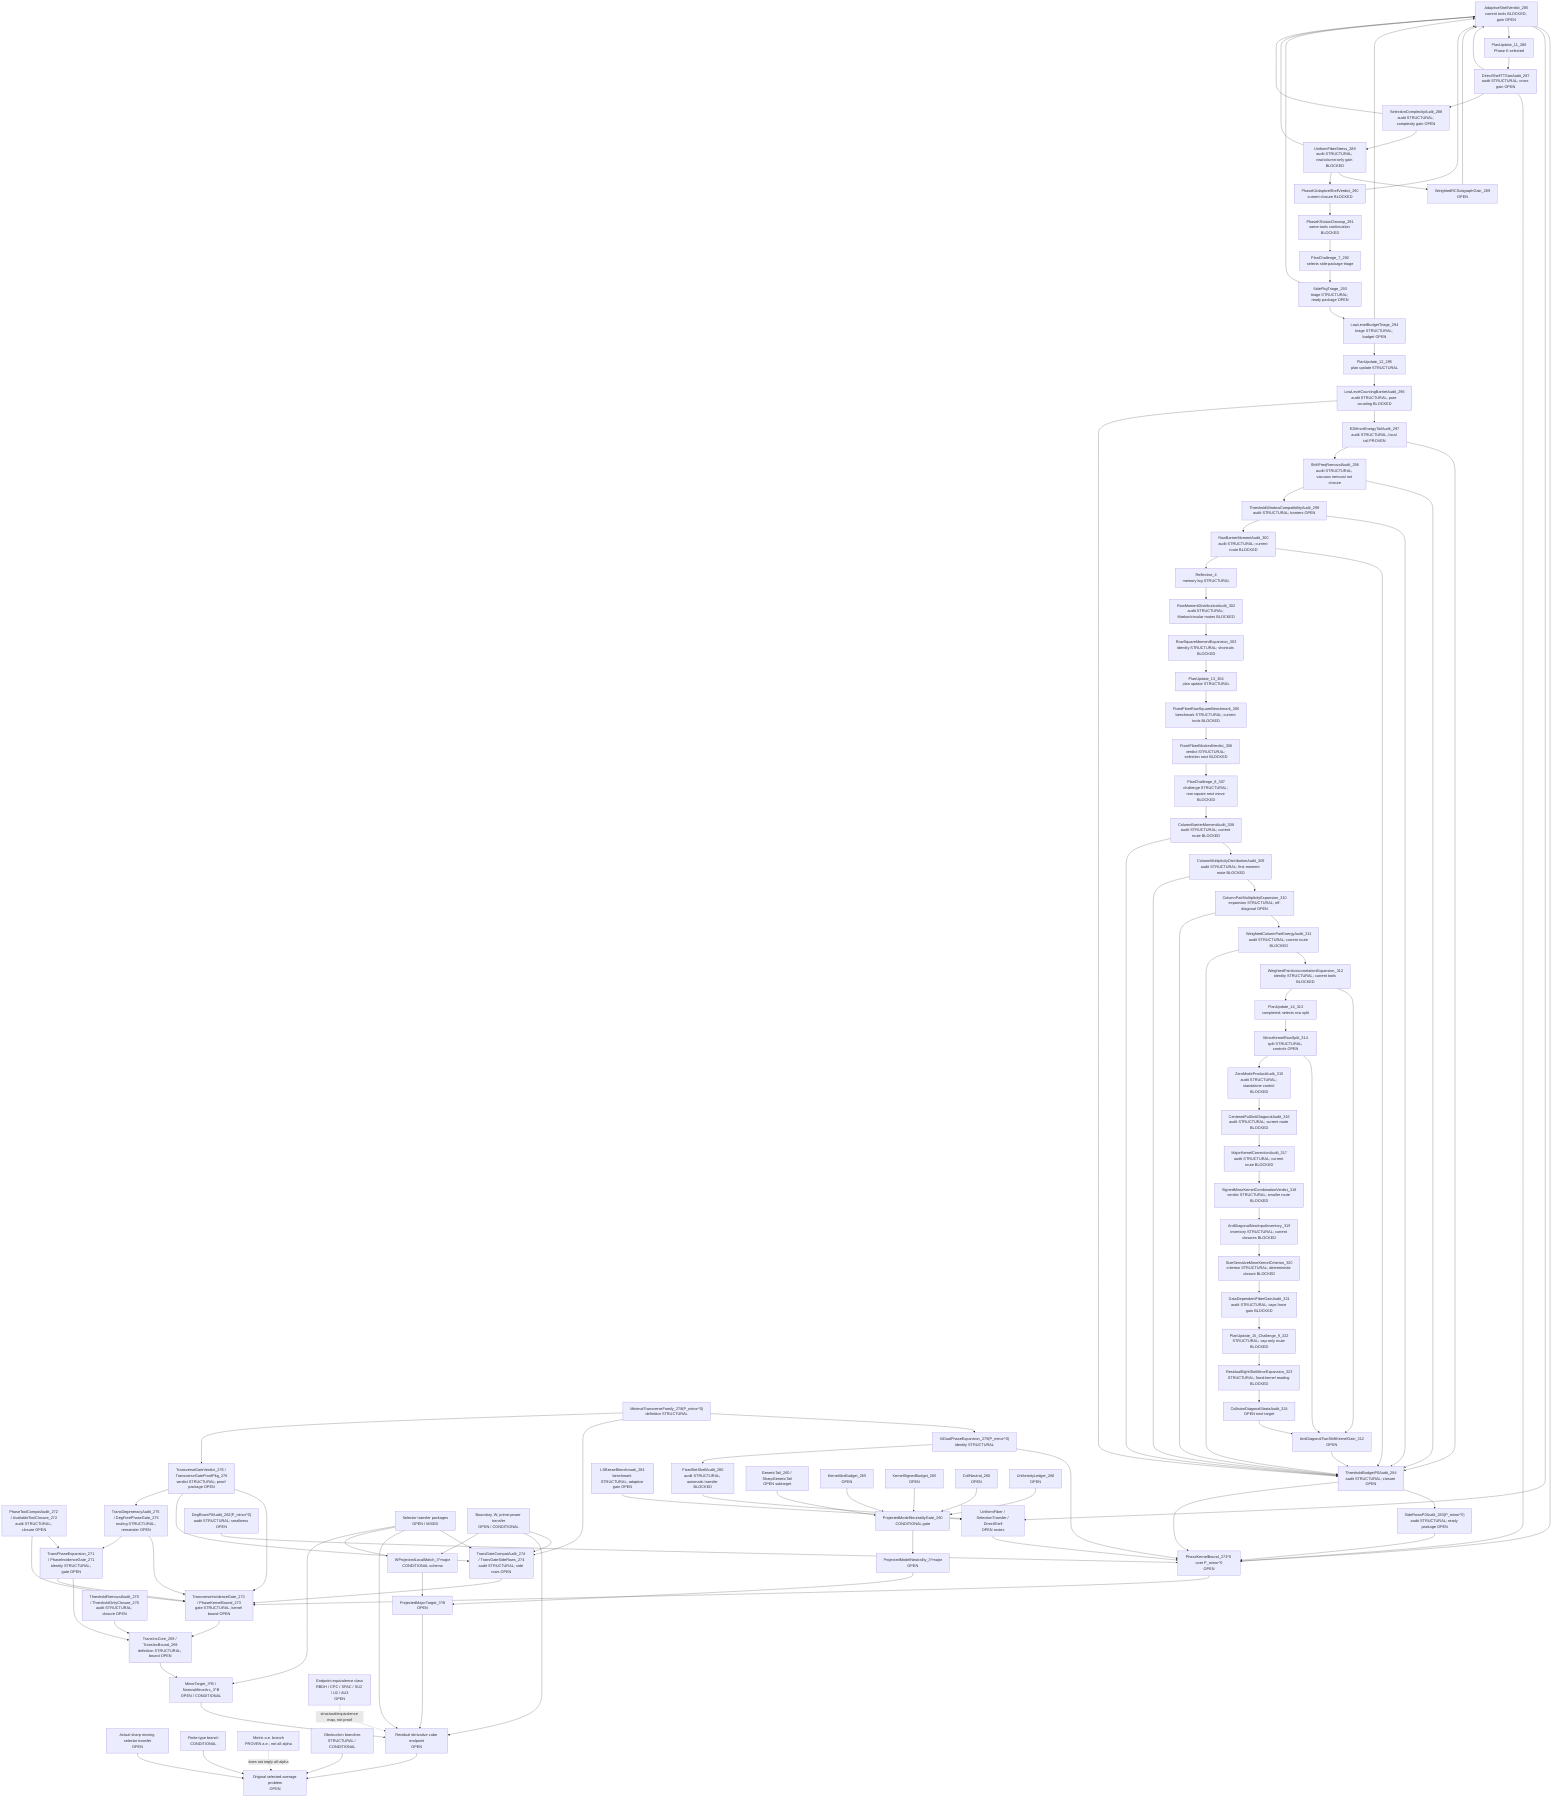
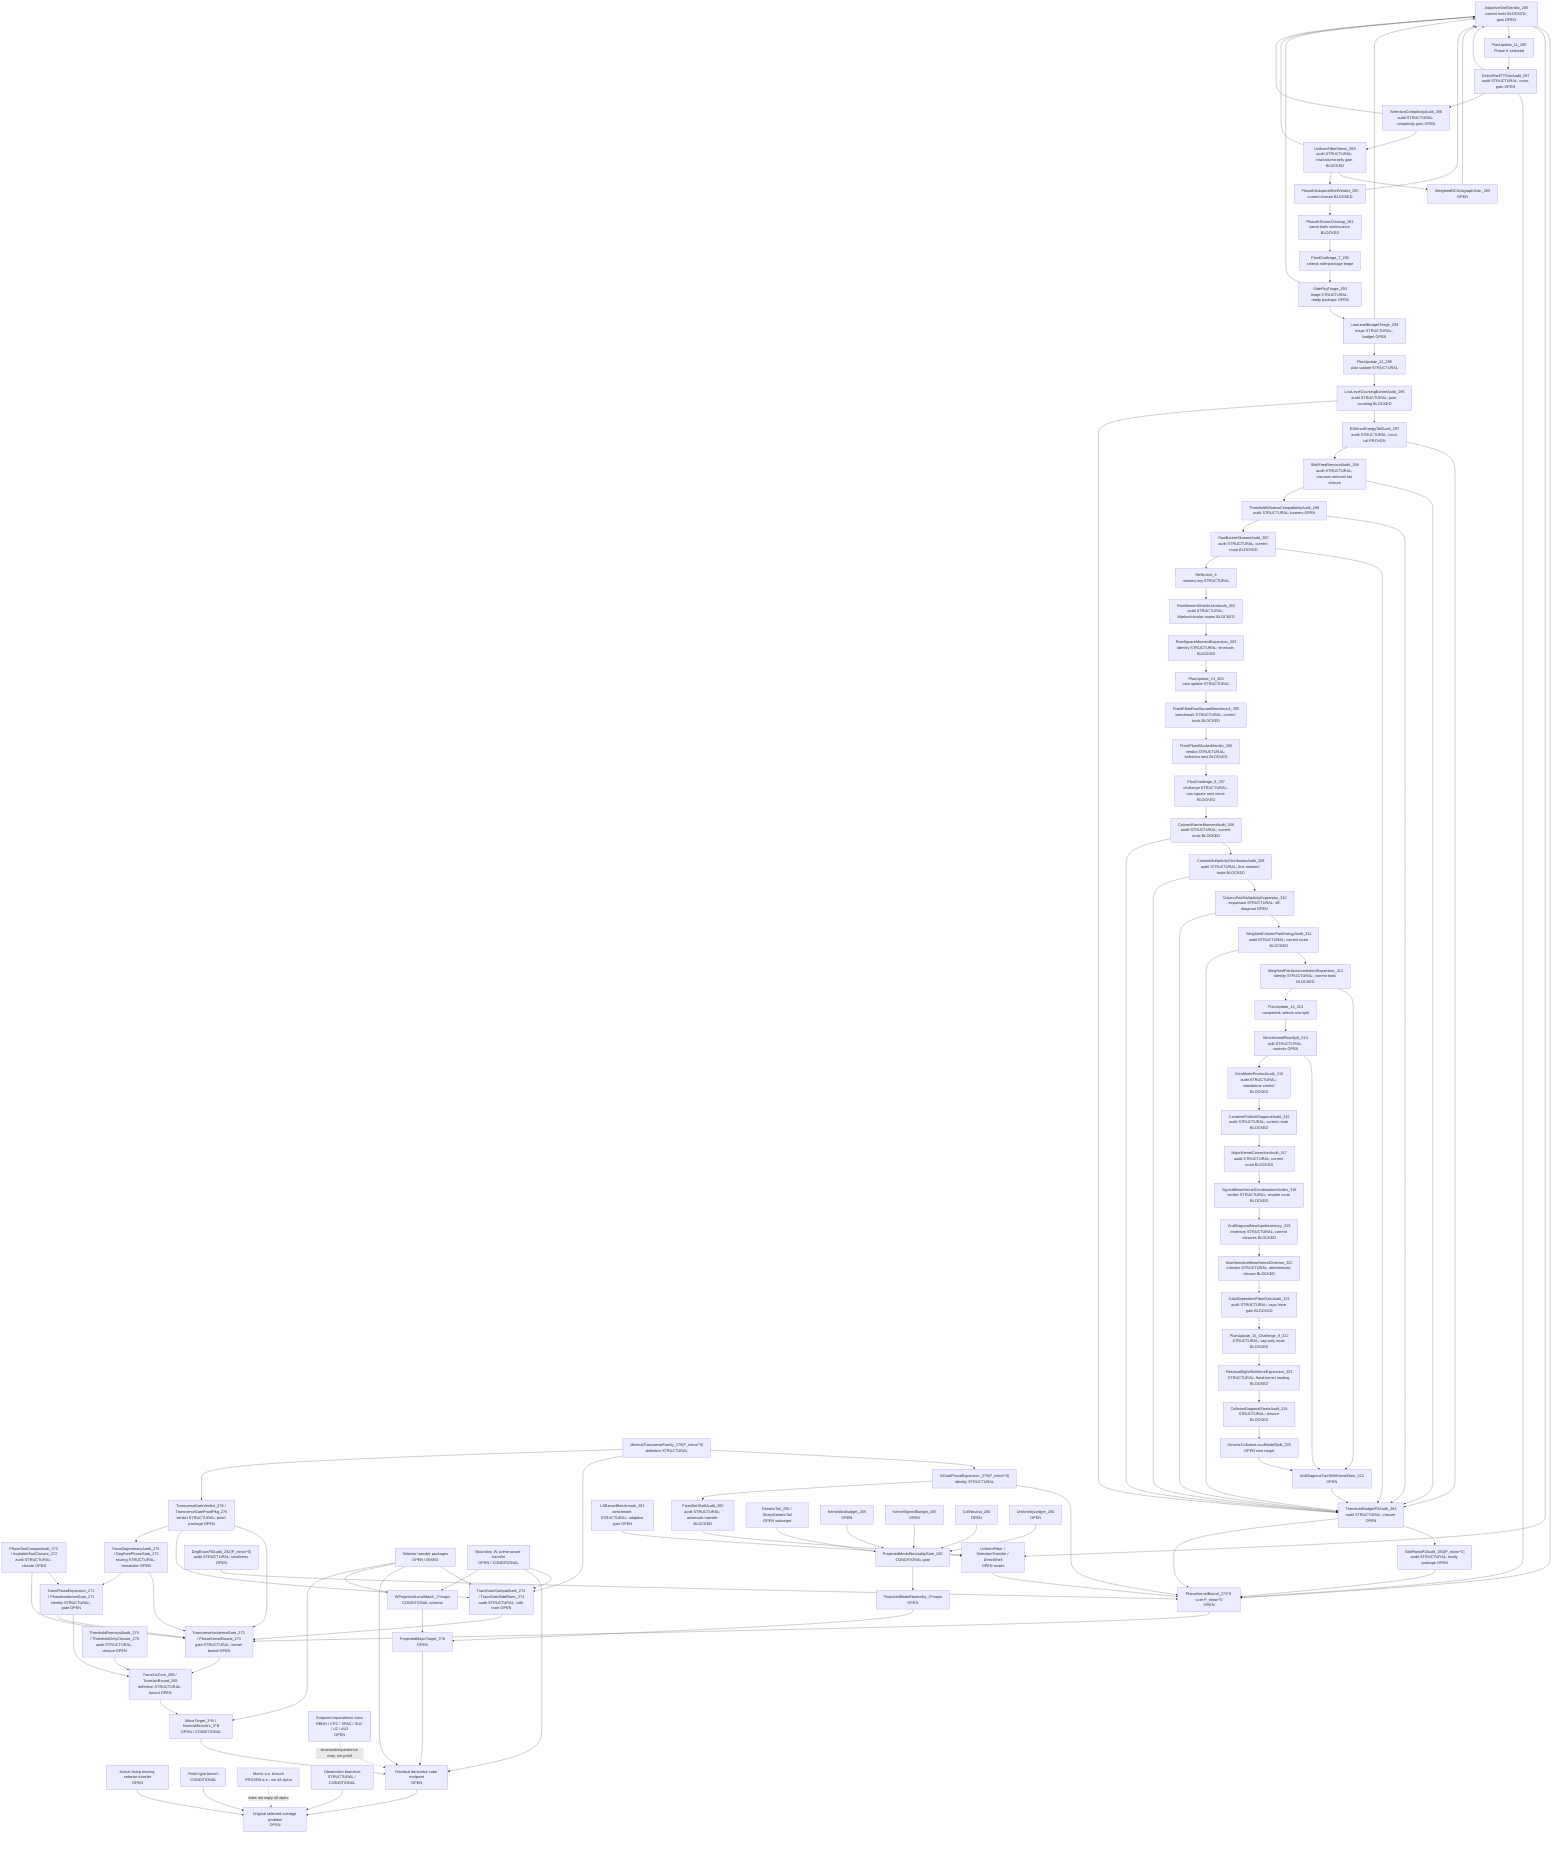
flowchart TD
  Original["Original selected-average problem<br/>OPEN"]
  SharpSel["Actual sharp moving selector transfer<br/>OPEN"]
  FiniteType["Finite-type branch<br/>CONDITIONAL"]
  Metric["Metric a.e. branch<br/>PROVEN a.e.; not all-alpha"]
  Obstruction["Obstruction branches<br/>STRUCTURAL / CONDITIONAL"]

  ResCube["Residual derivative cube endpoint<br/>OPEN"]
  MajorTarget["ProjectedMajorTarget_3^B<br/>OPEN"]
  MinorTarget["MinorTarget_3^B / NarrowMinorArc_3^B<br/>OPEN / CONDITIONAL"]
  TransInc["TransIncCore_269 / TransIncBound_269<br/>definition STRUCTURAL; bound OPEN"]
  ThresholdAudit["ThresholdRemovalAudit_270 / ThresholdOnlyClosure_270<br/>audit STRUCTURAL; closure OPEN"]
  PhaseExpansion["TransPhaseExpansion_271 / PhaseIncidenceGate_271<br/>identity STRUCTURAL; gate OPEN"]
  ToolCompat["PhaseToolCompatAudit_272 / AvailableToolClosure_272<br/>audit STRUCTURAL; closure OPEN"]
  TransGate["TransverseIncidenceGate_273 / PhaseKernelBound_273<br/>gate STRUCTURAL; kernel bound OPEN"]
  TransGateCompat["TransGateCompatAudit_274 / TransGateSideRows_274<br/>audit STRUCTURAL; side rows OPEN"]
  DegAudit["TransDegeneracyAudit_275 / DegFreePhaseGate_275<br/>routing STRUCTURAL; remainder OPEN"]
  TransVerdict["TransverseGateVerdict_276 / TransverseGateProofPkg_276<br/>verdict STRUCTURAL; proof package OPEN"]
  MinTransFamily["MinimalTransverseFamily_278(P_minor^0)<br/>definition STRUCTURAL"]
  XiExpansion["XiDualPhaseExpansion_279(P_minor^0)<br/>identity STRUCTURAL"]
  FixedShellAudit["FixedSetShellAudit_280<br/>audit STRUCTURAL; automatic transfer BLOCKED"]
  FixedShellTransfer["UniformFiber / SelectionTransfer / DirectShell<br/>OPEN routes"]
  LSBesselBench["LSBesselBenchmark_281<br/>benchmark STRUCTURAL; adaptive gain OPEN"]
  DegRowsP0["DegRowsP0Audit_282(P_minor^0)<br/>audit STRUCTURAL; smallness OPEN"]
  SideRowsP0["SideRowsP0Audit_283(P_minor^0)<br/>audit STRUCTURAL; ready package OPEN"]
  ThresholdP0["ThresholdBudgetP0Audit_284<br/>audit STRUCTURAL; closure OPEN"]
  AdaptiveShellP0["AdaptiveShellVerdict_285<br/>current tools BLOCKED; gain OPEN"]
  PlanUpdate11["PlanUpdate_11_286<br/>Phase K selected"]
  DirectTTStar["DirectShellTTStarAudit_287<br/>audit STRUCTURAL; cross gain OPEN"]
  SelectionComplexity["SelectionComplexityAudit_288<br/>audit STRUCTURAL; complexity gain OPEN"]
  UniformFiberStress["UniformFiberStress_289<br/>audit STRUCTURAL; row/column-only gain BLOCKED"]
  WeightedRCSubgraph["WeightedRCSubgraphGain_289<br/>OPEN"]
  AdaptiveVerdict290["PhaseKAdaptiveShellVerdict_290<br/>current closure BLOCKED"]
  PhaseKCleanup291["PhaseKStatusCleanup_291<br/>same-tools continuation BLOCKED"]
  PlanChallenge7["PlanChallenge_7_292<br/>selects side-package triage"]
  SidePkgTriage293["SidePkgTriage_293<br/>triage STRUCTURAL; ready package OPEN"]
  LowLevelTriage294["LowLevelBudgetTriage_294<br/>triage STRUCTURAL; budget OPEN"]
  PlanUpdate12["PlanUpdate_12_295<br/>plan update STRUCTURAL"]
  LowLevelBarrier296["LowLevelCountingBarrierAudit_296<br/>audit STRUCTURAL; pure counting BLOCKED"]
  E2Tail297["E2MinorEnergyTailAudit_297<br/>audit STRUCTURAL; local tail PROVEN"]
  ShiftFreq298["ShiftFreqRemovalAudit_298<br/>audit STRUCTURAL; vacuous removal not closure"]
  ThresholdWindow299["ThresholdWindowCompatibilityAudit_299<br/>audit STRUCTURAL; barriers OPEN"]
  RowBarrier300["RowBarrierMomentAudit_300<br/>audit STRUCTURAL; current route BLOCKED"]
  Reflective4["Reflective_4<br/>memory log STRUCTURAL"]
  RowMoment302["RowMomentDistributionAudit_302<br/>audit STRUCTURAL; Markov/circular routes BLOCKED"]
  RowSquare303["RowSquareMomentExpansion_303<br/>identity STRUCTURAL; shortcuts BLOCKED"]
  PlanUpdate13["PlanUpdate_13_304<br/>plan update STRUCTURAL"]
  FixedFiber305["FixedFiberRowSquareBenchmark_305<br/>benchmark STRUCTURAL; current tools BLOCKED"]
  FixedFiber306["FixedFiberBlockedVerdict_306<br/>verdict STRUCTURAL; selection next BLOCKED"]
  PlanChallenge8["PlanChallenge_8_307<br/>challenge STRUCTURAL; row-square next move BLOCKED"]
  ColumnBarrier308["ColumnBarrierMomentAudit_308<br/>audit STRUCTURAL; current route BLOCKED"]
  ColumnDist309["ColumnMultiplicityDistributionAudit_309<br/>audit STRUCTURAL; first-moment route BLOCKED"]
  ColumnPair310["ColumnPairMultiplicityExpansion_310<br/>expansion STRUCTURAL; off-diagonal OPEN"]
  WPair311["WeightedColumnPairEnergyAudit_311<br/>audit STRUCTURAL; current route BLOCKED"]
  AutoCorr312["WeightedPairAutocorrelationExpansion_312<br/>identity STRUCTURAL; current tools BLOCKED"]
  AntiDiag312["AntiDiagonalTwoShiftKernelGain_312<br/>OPEN"]
  PlanUpdate14["PlanUpdate_14_313<br/>completed; selects row split"]
  MinorKernel314["MinorKernelRowSplit_314<br/>split STRUCTURAL; controls OPEN"]
  ZeroAudit315["ZeroModeProductAudit_315<br/>audit STRUCTURAL; standalone control BLOCKED"]
  CenteredFull316["CenteredFullAntiDiagonalAudit_316<br/>audit STRUCTURAL; current route BLOCKED"]
  MajorCorr317["MajorKernelCorrectionAudit_317<br/>audit STRUCTURAL; current route BLOCKED"]
  SignedVerdict318["SignedMinorKernelCombinationVerdict_318<br/>verdict STRUCTURAL; smaller route BLOCKED"]
  NewInput319["AntiDiagonalNewInputInventory_319<br/>inventory STRUCTURAL; current closures BLOCKED"]
  SizeSensitive320["SizeSensitiveMinorKernelCriterion_320<br/>criterion STRUCTURAL; deterministic closure BLOCKED"]
  FiberGain321["DataDependentFiberGainAudit_321<br/>audit STRUCTURAL; caps force gain BLOCKED"]
  Plan322["PlanUpdate_15_Challenge_9_322<br/>STRUCTURAL; cap-only route BLOCKED"]
  ResidualEight323["ResidualEightSlotMinorExpansion_323<br/>STRUCTURAL; fixed-kernel reading BLOCKED"]
-   Collision324["CollisionDiagonalStrataAudit_324<br/>OPEN next target"]
+   Collision324["CollisionDiagonalStrataAudit_324<br/>STRUCTURAL; closure BLOCKED"]
+   GenericSplit325["GenericCollisionLocalModelSplit_325<br/>OPEN next target"]
  PhaseKernel0["PhaseKernelBound_273^0 over P_minor^0<br/>OPEN"]
  SelectorTransfer["Selector transfer packages<br/>OPEN / MIXED"]
  BoundaryTransfer["Boundary, W, prime-power transfer<br/>OPEN / CONDITIONAL"]

  WLocal["WProjectedLocalMatch_3^major<br/>CONDITIONAL schema"]
  ModelNeutral["ProjectedModelNeutrality_3^major<br/>OPEN"]
  PMNGate["ProjectedModelNeutralityGate_260<br/>CONDITIONAL gate"]
  GenericTail["GenericTail_260 / SharpGenericTail<br/>OPEN subtarget"]
  KernelAbs["KernelAbsBudget_265<br/>OPEN"]
  KernelSigned["KernelSignedBudget_265<br/>OPEN"]
  CollNeutral["CollNeutral_260<br/>OPEN"]
  Uniformity["UniformityLedger_266<br/>OPEN"]

  EndpointClass["Endpoint equivalence class<br/>RBDH / CPC / SPAC / SU2 / U2 / AU3<br/>OPEN"]

  SharpSel --> Original
  FiniteType --> Original
  Obstruction --> Original
  ResCube --> Original
  Metric -. "does not imply all-alpha" .-> Original

  MajorTarget --> ResCube
  MinorTarget --> ResCube
  TransInc --> MinorTarget
  ThresholdAudit --> TransInc
  PhaseExpansion --> TransInc
  ToolCompat --> PhaseExpansion
  TransGate --> TransInc
  PhaseExpansion --> TransGate
  ToolCompat --> TransGate
  TransGateCompat --> TransGate
  SelectorTransfer --> TransGateCompat
  BoundaryTransfer --> TransGateCompat
  DegAudit --> TransGate
  DegAudit --> PhaseExpansion
  TransVerdict --> TransGate
  TransVerdict --> TransGateCompat
  TransVerdict --> DegAudit
  PhaseKernel0 --> TransGate
  MinTransFamily --> XiExpansion
  XiExpansion --> PhaseKernel0
  XiExpansion --> FixedShellAudit
  FixedShellAudit --> FixedShellTransfer
  FixedShellTransfer --> PhaseKernel0
  LSBesselBench --> FixedShellTransfer
  DegRowsP0 --> PhaseKernel0
  SideRowsP0 --> PhaseKernel0
  ThresholdP0 --> SideRowsP0
  ThresholdP0 --> PhaseKernel0
  AdaptiveShellP0 --> PhaseKernel0
  AdaptiveShellP0 --> FixedShellTransfer
  AdaptiveShellP0 --> PlanUpdate11
  PlanUpdate11 --> DirectTTStar
  DirectTTStar --> AdaptiveShellP0
  DirectTTStar --> PhaseKernel0
  DirectTTStar --> SelectionComplexity
  SelectionComplexity --> UniformFiberStress
  SelectionComplexity --> AdaptiveShellP0
  UniformFiberStress --> WeightedRCSubgraph
  WeightedRCSubgraph --> AdaptiveShellP0
  UniformFiberStress --> AdaptiveVerdict290
  UniformFiberStress --> AdaptiveShellP0
  AdaptiveVerdict290 --> AdaptiveShellP0
  AdaptiveVerdict290 --> PhaseKCleanup291
  PhaseKCleanup291 --> PlanChallenge7
  PlanChallenge7 --> SidePkgTriage293
  SidePkgTriage293 --> LowLevelTriage294
  SidePkgTriage293 --> AdaptiveShellP0
  LowLevelTriage294 --> AdaptiveShellP0
  LowLevelTriage294 --> PlanUpdate12
  PlanUpdate12 --> LowLevelBarrier296
  LowLevelBarrier296 --> E2Tail297
  LowLevelBarrier296 --> ThresholdP0
  E2Tail297 --> ThresholdP0
  E2Tail297 --> ShiftFreq298
  ShiftFreq298 --> ThresholdP0
  ShiftFreq298 --> ThresholdWindow299
  ThresholdWindow299 --> ThresholdP0
  ThresholdWindow299 --> RowBarrier300
  RowBarrier300 --> ThresholdP0
  RowBarrier300 --> Reflective4
  Reflective4 --> RowMoment302
  RowMoment302 --> RowSquare303
  RowSquare303 --> PlanUpdate13
  PlanUpdate13 --> FixedFiber305
  FixedFiber305 --> FixedFiber306
  FixedFiber306 --> PlanChallenge8
  PlanChallenge8 --> ColumnBarrier308
  ColumnBarrier308 --> ColumnDist309
  ColumnDist309 --> ColumnPair310
  ColumnPair310 --> WPair311
  WPair311 --> AutoCorr312
  AutoCorr312 --> AntiDiag312
  AntiDiag312 --> ThresholdP0
  AutoCorr312 --> PlanUpdate14
  PlanUpdate14 --> MinorKernel314
  MinorKernel314 --> AntiDiag312
  MinorKernel314 --> ZeroAudit315
  ZeroAudit315 --> CenteredFull316
  CenteredFull316 --> MajorCorr317
  MajorCorr317 --> SignedVerdict318
  SignedVerdict318 --> NewInput319
  NewInput319 --> SizeSensitive320
  SizeSensitive320 --> FiberGain321
  FiberGain321 --> Plan322
  Plan322 --> ResidualEight323
  ResidualEight323 --> Collision324
-   Collision324 --> AntiDiag312
+   Collision324 --> GenericSplit325
+   GenericSplit325 --> AntiDiag312
  WPair311 --> ThresholdP0
  ColumnPair310 --> ThresholdP0
  ColumnDist309 --> ThresholdP0
  ColumnBarrier308 --> ThresholdP0
  MinTransFamily --> TransGateCompat
  MinTransFamily --> TransVerdict
  SelectorTransfer --> ResCube
  BoundaryTransfer --> ResCube
  EndpointClass -. "structural/equivalence map, not proof" .-> ResCube

  WLocal --> MajorTarget
  ModelNeutral --> MajorTarget

  PMNGate --> ModelNeutral
  GenericTail --> PMNGate
  KernelAbs --> PMNGate
  KernelSigned --> PMNGate
  CollNeutral --> PMNGate
  Uniformity --> PMNGate

  BoundaryTransfer --> WLocal
  SelectorTransfer --> WLocal
  SelectorTransfer --> MinorTarget
